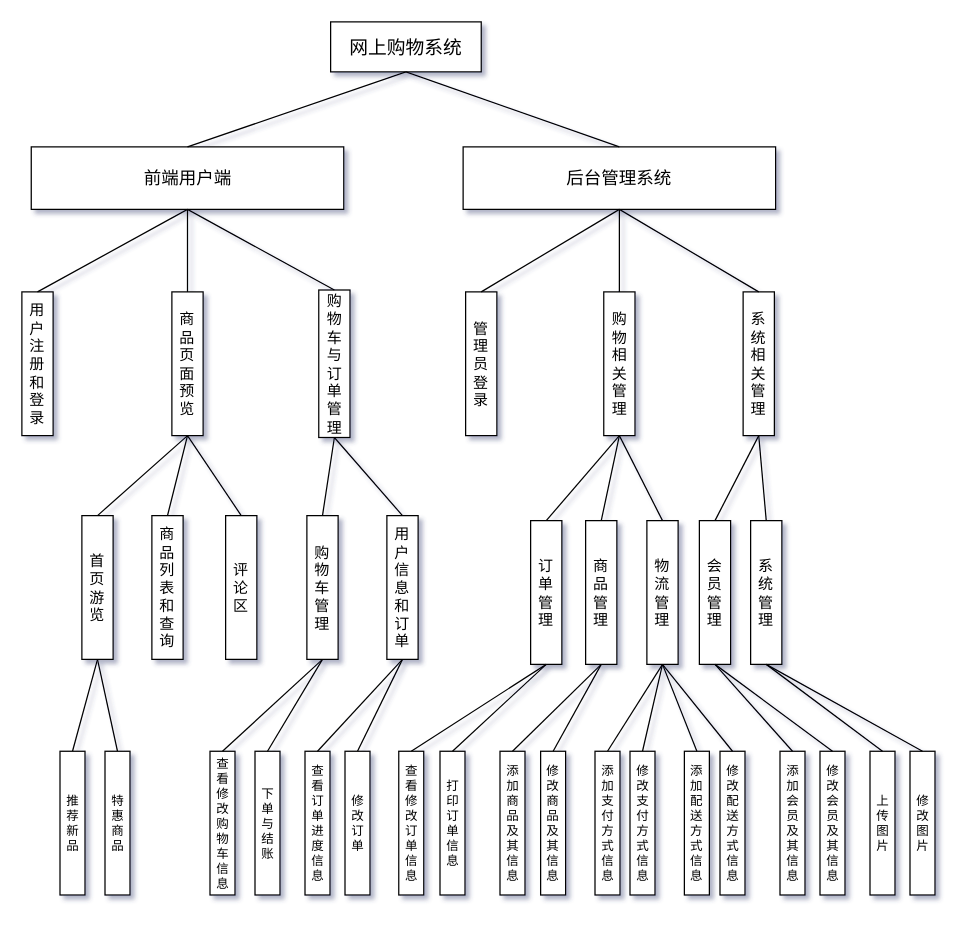
SET025187/EXERCISE001 keeps this draw.io diagram as page "第 2 页" (2 of 2) of 未命名绘图.drawio. Above is the earlier version. Source tidied: cells renumbered, new cells numbered last; positions are measured from the earlier drawing's top-left corner, leaving out a move shared by most shapes. Both pictures are drawn from the tidied source at 125%, with x=0, y=0 at pixel (-35, 21).
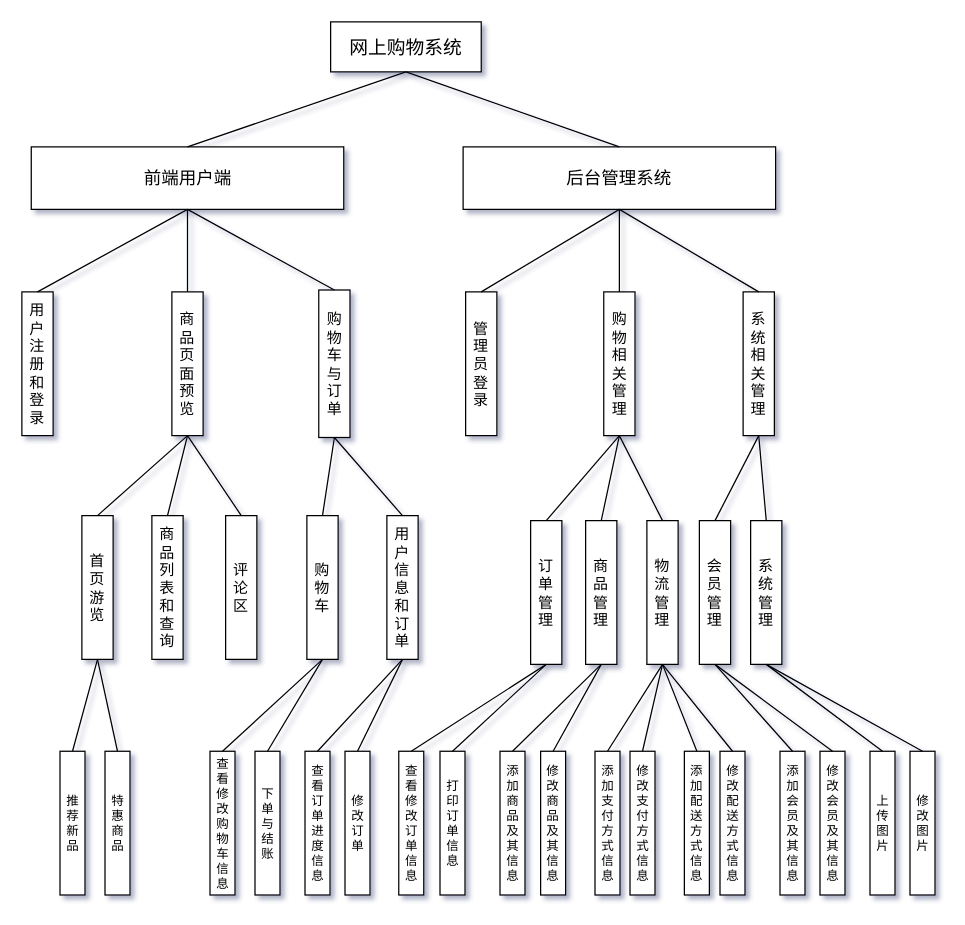
The same page after the edit.

Commit message:
更新未命名绘图.drawio

What changed in the source:
```diff
@@
-    <mxCell id="8" value="购物车管理" style="rounded=0;whiteSpace=wrap;html=1;rotation=90;horizontal=0;" parent="1" vertex="1">
+    <mxCell id="8" value="购物车" style="rounded=0;whiteSpace=wrap;html=1;rotation=90;horizontal=0;" parent="1" vertex="1">
       <mxGeometry x="228" y="440" width="115" height="25" as="geometry" />
     </mxCell>
@@
-    <mxCell id="72" value="购物车与订单管理" style="rounded=0;whiteSpace=wrap;html=1;rotation=90;horizontal=0;fontSize=12;" parent="1" vertex="1">
+    <mxCell id="72" value="购物车与订单" style="rounded=0;whiteSpace=wrap;html=1;rotation=90;horizontal=0;fontSize=12;" parent="1" vertex="1">
       <mxGeometry x="236" y="261" width="118" height="25" as="geometry" />
     </mxCell>
```
